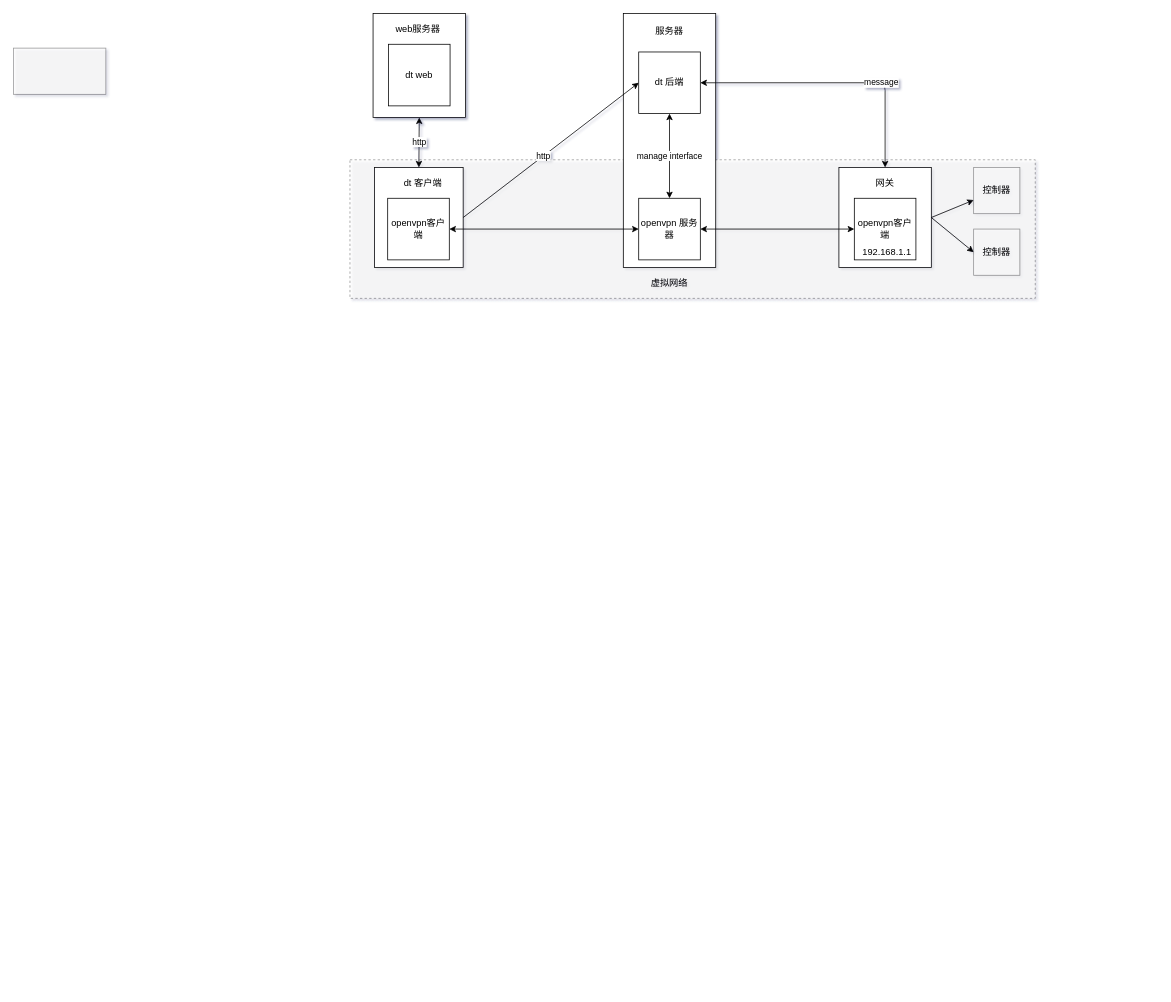
Above: dt.drawio in huhailong147/Test (draw.io), before the change. Source tidied: cells renumbered, new cells numbered last; positions are measured from the earlier drawing's top-left corner, leaving out a move shared by most shapes. Both pictures are drawn from the tidied source at 77%, with x=0, y=0 at pixel (13, 13).
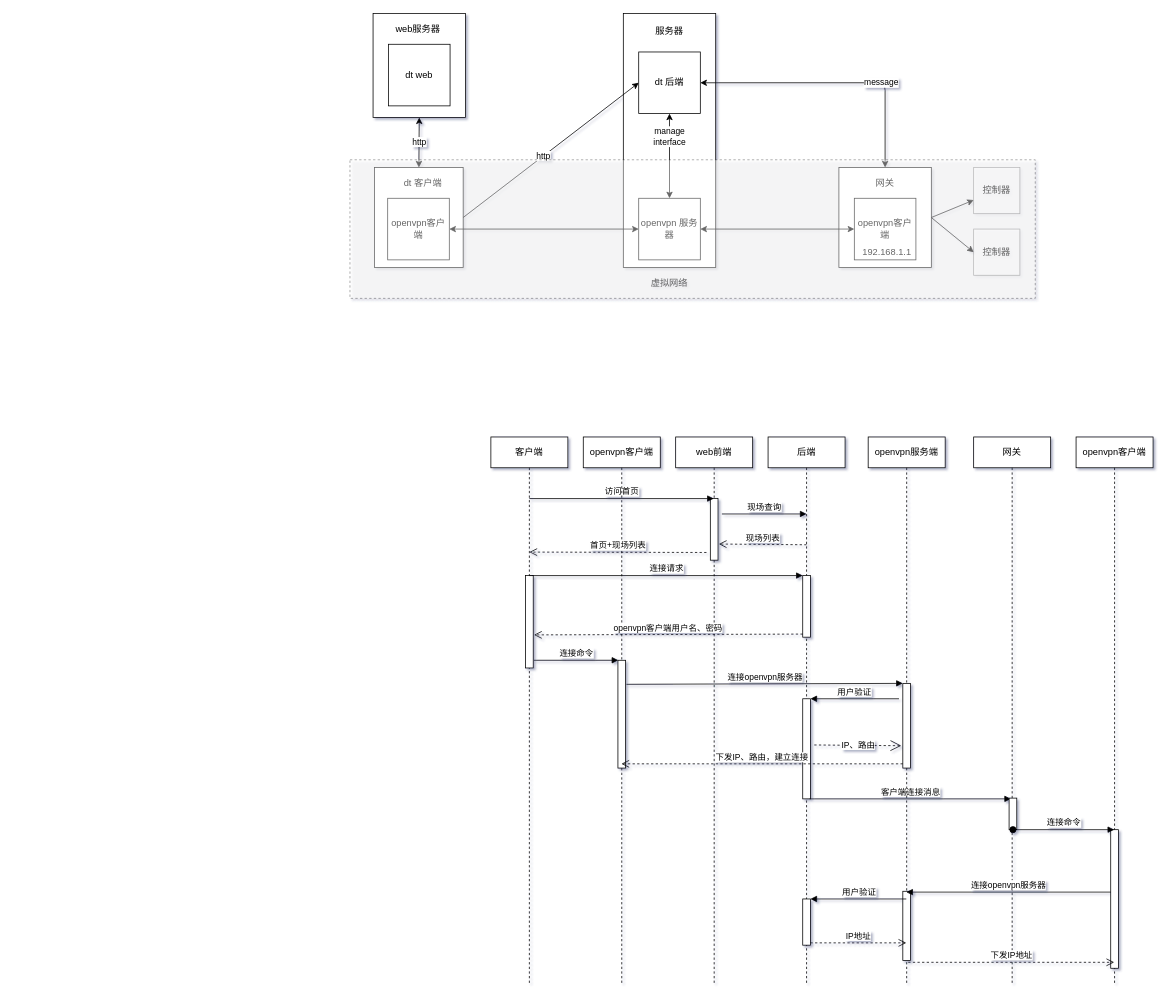
The same page after the edit.

The change refers to these unchanged cells:
```xml
<mxCell id="7" value="dt 后端" style="whiteSpace=wrap;html=1;" parent="1" vertex="1">
  <mxGeometry x="812" y="50" width="80" height="80" as="geometry" />
</mxCell>
<mxCell id="8" value="openvpn 服务器" style="whiteSpace=wrap;html=1;" parent="1" vertex="1">
  <mxGeometry x="812" y="240" width="80" height="80" as="geometry" />
</mxCell>
```

The edit, as a diff of the source:
```diff
@@
-    <mxCell id="2" style="rectangle;whiteSpace=wrap;html=1;align=center;dashed=1;opacity=40;" parent="1" vertex="1">
-      <mxGeometry x="437" y="190" width="890" height="180" as="geometry" />
-    </mxCell>
@@
-    <mxCell id="11" value="manage interface" style="endArrow=classic;startArrow=classic;html=1;entryX=0.5;entryY=1;entryDx=0;entryDy=0;exitX=0.5;exitY=0;exitDx=0;exitDy=0;" parent="1" edge="1" source="8" target="7">
-      <mxGeometry relative="1" as="geometry" />
+    <mxCell id="11" value="manage &lt;br&gt;interface" style="endArrow=classic;startArrow=classic;html=1;entryX=0.5;entryY=1;entryDx=0;entryDy=0;exitX=0.5;exitY=0;exitDx=0;exitDy=0;" parent="1" edge="1" source="8" target="7">
+      <mxGeometry x="0.45" relative="1" as="geometry" />
     </mxCell>
@@
-    <mxCell id="28" style="rounded=0;whiteSpace=wrap;html=1;fontColor=#000000;opacity=40;" parent="1" vertex="1">
-      <mxGeometry y="45" width="120" height="60" as="geometry" />
-    </mxCell>
@@
+    <mxCell id="30" value="web前端" style="shape=umlLifeline;perimeter=lifelinePerimeter;whiteSpace=wrap;html=1;outlineConnect=0;" parent="1" vertex="1">
+      <mxGeometry x="860" y="550" width="100" height="710" as="geometry" />
+    </mxCell>
+    <mxCell id="31" style="html=1;points=[];perimeter=orthogonalPerimeter;" parent="30" vertex="1">
+      <mxGeometry x="45" y="80" width="10" height="80" as="geometry" />
+    </mxCell>
+    <mxCell id="32" value="现场列表" style="html=1;verticalAlign=bottom;endArrow=open;dashed=1;endSize=8;entryX=1.1;entryY=0.738;entryDx=0;entryDy=0;entryPerimeter=0;" parent="30" edge="1" target="31">
+      <mxGeometry relative="1" as="geometry">
+        <mxPoint x="170" y="140" as="sourcePoint" />
+      </mxGeometry>
+    </mxCell>
+    <mxCell id="33" value="客户端" style="shape=umlLifeline;perimeter=lifelinePerimeter;whiteSpace=wrap;html=1;outlineConnect=0;" parent="1" vertex="1">
+      <mxGeometry x="620" y="550" width="100" height="710" as="geometry" />
+    </mxCell>
+    <mxCell id="34" value="访问首页" style="html=1;verticalAlign=bottom;endArrow=block;" parent="33" edge="1" target="30">
+      <mxGeometry relative="1" as="geometry">
+        <mxPoint x="50" y="80" as="sourcePoint" />
+      </mxGeometry>
+    </mxCell>
+    <mxCell id="35" style="html=1;points=[];perimeter=orthogonalPerimeter;" parent="33" vertex="1">
+      <mxGeometry x="45" y="180" width="10" height="120" as="geometry" />
+    </mxCell>
+    <mxCell id="36" value="连接命令" style="html=1;verticalAlign=bottom;endArrow=block;" parent="33" edge="1">
+      <mxGeometry relative="1" as="geometry">
+        <mxPoint x="56" y="290" as="sourcePoint" />
+        <mxPoint x="165.5" y="290" as="targetPoint" />
+      </mxGeometry>
+    </mxCell>
+    <mxCell id="37" value="后端" style="shape=umlLifeline;perimeter=lifelinePerimeter;whiteSpace=wrap;html=1;" parent="1" vertex="1">
+      <mxGeometry x="980" y="550" width="100" height="710" as="geometry" />
+    </mxCell>
+    <mxCell id="38" style="html=1;points=[];perimeter=orthogonalPerimeter;" parent="37" vertex="1">
+      <mxGeometry x="45" y="180" width="10" height="80" as="geometry" />
+    </mxCell>
+    <mxCell id="39" style="html=1;points=[];perimeter=orthogonalPerimeter;" parent="37" vertex="1">
+      <mxGeometry x="45" y="340" width="10" height="130" as="geometry" />
+    </mxCell>
+    <mxCell id="40" value="客户端连接消息" style="html=1;verticalAlign=bottom;endArrow=block;" parent="37" edge="1">
+      <mxGeometry relative="1" as="geometry">
+        <mxPoint x="54" y="470" as="sourcePoint" />
+        <mxPoint x="315.5" y="470" as="targetPoint" />
+      </mxGeometry>
+    </mxCell>
+    <mxCell id="41" style="html=1;points=[];perimeter=orthogonalPerimeter;" parent="37" vertex="1">
+      <mxGeometry x="45" y="600" width="10" height="60" as="geometry" />
+    </mxCell>
+    <mxCell id="42" value="网关" style="shape=umlLifeline;perimeter=lifelinePerimeter;whiteSpace=wrap;html=1;" parent="1" vertex="1">
+      <mxGeometry x="1247" y="550" width="100" height="710" as="geometry" />
+    </mxCell>
+    <mxCell id="43" style="html=1;points=[];perimeter=orthogonalPerimeter;" parent="42" vertex="1">
+      <mxGeometry x="46" y="469" width="10" height="41" as="geometry" />
+    </mxCell>
+    <mxCell id="44" value="openvpn客户端" style="shape=umlLifeline;perimeter=lifelinePerimeter;whiteSpace=wrap;html=1;outlineConnect=0;" parent="1" vertex="1">
+      <mxGeometry x="740" y="550" width="100" height="710" as="geometry" />
+    </mxCell>
+    <mxCell id="45" style="html=1;points=[];perimeter=orthogonalPerimeter;" parent="44" vertex="1">
+      <mxGeometry x="45" y="290" width="10" height="140" as="geometry" />
+    </mxCell>
+    <mxCell id="46" value="openvpn服务端" style="shape=umlLifeline;perimeter=lifelinePerimeter;whiteSpace=wrap;html=1;outlineConnect=0;" parent="1" vertex="1">
+      <mxGeometry x="1110" y="550" width="100" height="710" as="geometry" />
+    </mxCell>
+    <mxCell id="47" style="html=1;points=[];perimeter=orthogonalPerimeter;" parent="46" vertex="1">
+      <mxGeometry x="45" y="320" width="10" height="110" as="geometry" />
+    </mxCell>
+    <mxCell id="48" style="html=1;points=[];perimeter=orthogonalPerimeter;" parent="46" vertex="1">
+      <mxGeometry x="45" y="590" width="10" height="90" as="geometry" />
+    </mxCell>
+    <mxCell id="49" value="openvpn客户端" style="shape=umlLifeline;perimeter=lifelinePerimeter;whiteSpace=wrap;html=1;outlineConnect=0;" parent="1" vertex="1">
+      <mxGeometry x="1380" y="550" width="100" height="710" as="geometry" />
+    </mxCell>
+    <mxCell id="50" style="html=1;perimeter=orthogonalPerimeter;" parent="49" vertex="1">
+      <mxGeometry x="45" y="510" width="10" height="180" as="geometry" />
+    </mxCell>
+    <mxCell id="51" value="现场查询" style="html=1;verticalAlign=bottom;endArrow=block;" parent="1" edge="1">
+      <mxGeometry relative="1" as="geometry">
+        <mxPoint x="920" y="650" as="sourcePoint" />
+        <mxPoint x="1030" y="650" as="targetPoint" />
+      </mxGeometry>
+    </mxCell>
+    <mxCell id="52" value="首页+现场列表" style="html=1;verticalAlign=bottom;endArrow=open;dashed=1;endSize=8;entryX=1.1;entryY=0.738;entryDx=0;entryDy=0;entryPerimeter=0;" parent="1" edge="1">
+      <mxGeometry relative="1" as="geometry">
+        <mxPoint x="900" y="700" as="sourcePoint" />
+        <mxPoint x="670" y="699.5" as="targetPoint" />
+      </mxGeometry>
+    </mxCell>
+    <mxCell id="53" value="连接请求" style="html=1;verticalAlign=bottom;endArrow=block;entryX=0;entryY=0;" parent="1" edge="1" source="33" target="38">
+      <mxGeometry relative="1" as="geometry" />
+    </mxCell>
+    <mxCell id="54" value="openvpn客户端用户名、密码" style="html=1;verticalAlign=bottom;endArrow=open;dashed=1;endSize=8;exitX=0;exitY=0.95;entryX=1.1;entryY=0.642;entryDx=0;entryDy=0;entryPerimeter=0;" parent="1" edge="1" source="38" target="35">
+      <mxGeometry relative="1" as="geometry" />
+    </mxCell>
+    <mxCell id="55" value="连接openvpn服务器" style="html=1;verticalAlign=bottom;endArrow=block;entryX=0;entryY=0;exitX=1.1;exitY=0.223;exitDx=0;exitDy=0;exitPerimeter=0;" parent="1" edge="1" source="45" target="47">
+      <mxGeometry relative="1" as="geometry" />
+    </mxCell>
+    <mxCell id="56" value="下发IP、路由，建立连接" style="html=1;verticalAlign=bottom;endArrow=open;dashed=1;endSize=8;exitX=0;exitY=0.95;" parent="1" edge="1" source="47" target="44">
+      <mxGeometry relative="1" as="geometry" />
+    </mxCell>
+    <mxCell id="57" value="用户验证" style="html=1;verticalAlign=bottom;endArrow=block;entryX=1;entryY=0;" parent="1" edge="1" target="39">
+      <mxGeometry relative="1" as="geometry">
+        <mxPoint x="1150" y="890" as="sourcePoint" />
+      </mxGeometry>
+    </mxCell>
+    <mxCell id="58" value="IP、路由" style="endArrow=open;endSize=12;dashed=1;html=1;entryX=-0.2;entryY=0.736;entryDx=0;entryDy=0;entryPerimeter=0;" parent="1" edge="1" target="47">
+      <mxGeometry relative="1" as="geometry">
+        <mxPoint x="1040" y="950" as="sourcePoint" />
+      </mxGeometry>
+    </mxCell>
+    <mxCell id="59" value="连接命令" style="html=1;verticalAlign=bottom;startArrow=oval;endArrow=block;startSize=8;exitX=0.5;exitY=1;exitDx=0;exitDy=0;exitPerimeter=0;" parent="1" edge="1" source="43" target="49">
+      <mxGeometry relative="1" as="geometry" />
+    </mxCell>
+    <mxCell id="60" value="连接openvpn服务器" style="html=1;verticalAlign=bottom;endArrow=block;exitX=0;exitY=0.988;exitDx=0;exitDy=0;exitPerimeter=0;" parent="1" edge="1">
+      <mxGeometry relative="1" as="geometry">
+        <mxPoint x="1425" y="1141.1" as="sourcePoint" />
+        <mxPoint x="1159.5" y="1141.1" as="targetPoint" />
+      </mxGeometry>
+    </mxCell>
+    <mxCell id="61" value="用户验证" style="html=1;verticalAlign=bottom;endArrow=block;entryX=1;entryY=0;" parent="1" edge="1" source="46" target="41">
+      <mxGeometry relative="1" as="geometry" />
+    </mxCell>
+    <mxCell id="62" value="IP地址" style="html=1;verticalAlign=bottom;endArrow=open;dashed=1;endSize=8;exitX=1;exitY=0.95;" parent="1" edge="1" source="41" target="46">
+      <mxGeometry relative="1" as="geometry" />
+    </mxCell>
+    <mxCell id="63" value="下发IP地址" style="html=1;verticalAlign=bottom;endArrow=open;dashed=1;endSize=8;exitX=0.7;exitY=1.025;exitDx=0;exitDy=0;exitPerimeter=0;" parent="1" edge="1" source="48" target="49">
+      <mxGeometry relative="1" as="geometry" />
+    </mxCell>
+    <mxCell id="2" style="rectangle;whiteSpace=wrap;html=1;align=center;dashed=1;opacity=40;" parent="1" vertex="1">
+      <mxGeometry x="437" y="190" width="890" height="180" as="geometry" />
+    </mxCell>
```
